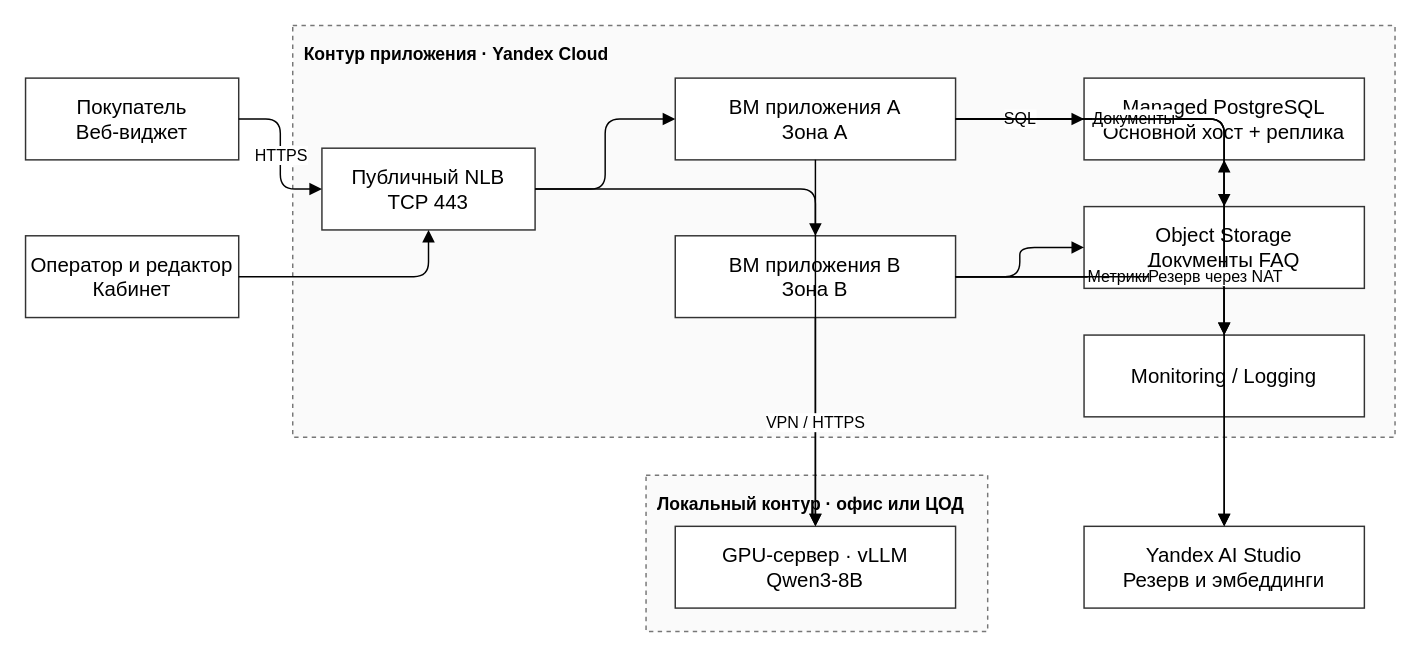
The draw.io diagram page "Production с GPU" (4 of 4) of lab4/diagrams/faq-ai.drawio in Roman-Elchiyan/2026_2027-cloud-platforms-as-the-basis-of-technology-entrepreneurship-u4225-Elchiyan_R_R, before the edit. Source tidied: cells renumbered, new cells numbered last; positions are measured from the earlier drawing's top-left corner, leaving out a move shared by most shapes. Both pictures are drawn from the tidied source at 146%, with x=0, y=0 at pixel (25, 25).
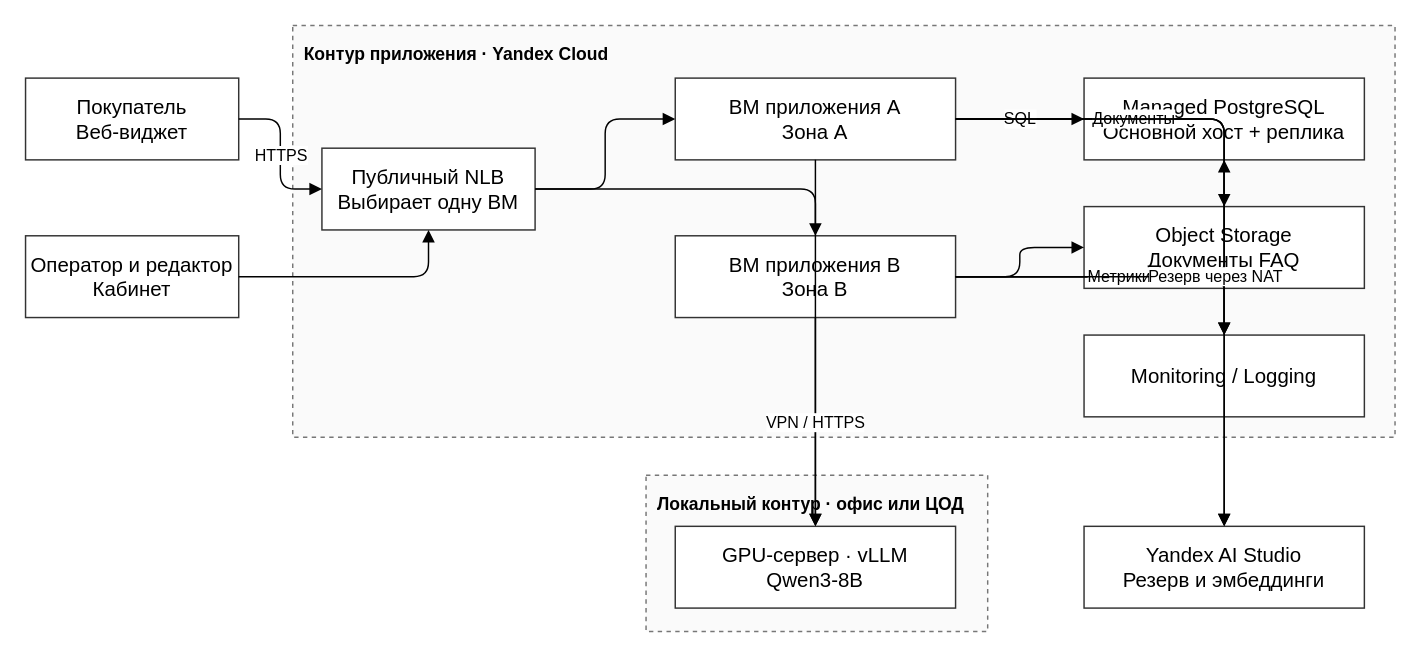
The same page after the edit.

What changed in the source:
```diff
@@
-    <mxCell id="4" value="Публичный NLB&lt;br&gt;TCP 443" style="whiteSpace=wrap;html=1;fillColor=#ffffff;strokeColor=#333333;fontSize=14;" parent="1" vertex="1">
+    <mxCell id="4" value="Публичный NLB&lt;br&gt;Выбирает одну ВМ" style="whiteSpace=wrap;html=1;fillColor=#ffffff;strokeColor=#333333;fontSize=14;" parent="1" vertex="1">
       <mxGeometry x="203" y="84" width="146" height="56" as="geometry" />
     </mxCell>
```
